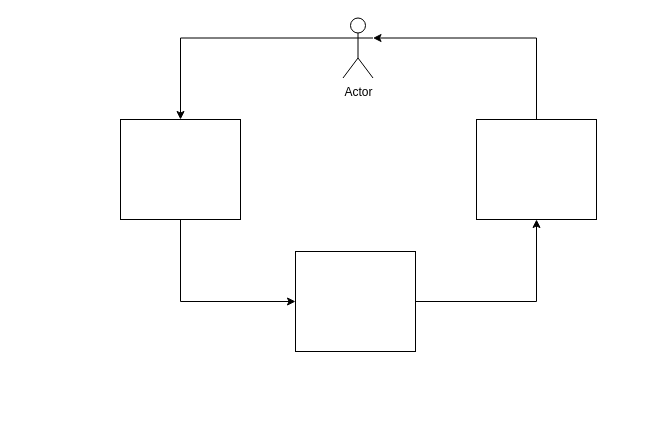
Before: Untitled Diagram.drawio in isobonja/CS-321-Project, a draw.io diagram. Source tidied: cells renumbered, new cells numbered last; positions are measured from the earlier drawing's top-left corner, leaving out a move shared by most shapes. Both pictures are drawn from the tidied source at 100%, with x=0, y=0 at pixel (120, 17).
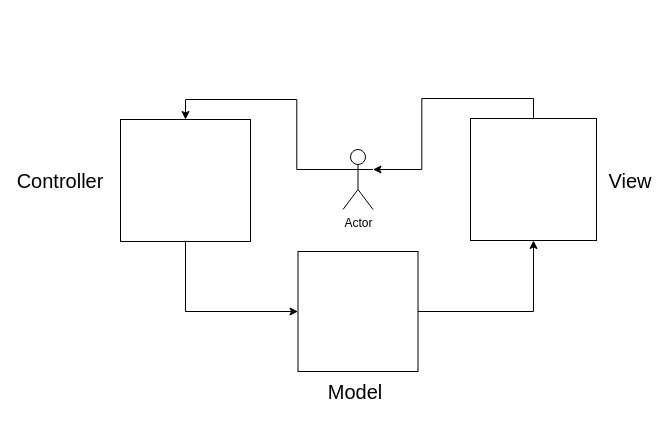
The same diagram, later.

The edit, as a diff of the source:
```diff
@@
 <mxGraphModel>
   <root>
     <mxCell id="0" />
     <mxCell id="1" parent="0" />
     <mxCell id="2" style="edgeStyle=orthogonalEdgeStyle;rounded=0;jettySize=auto;html=1;entryX=0.5;entryY=0;entryDx=0;entryDy=0;exitX=0;exitY=0.3333333333333333;exitDx=0;exitDy=0;exitPerimeter=0;" parent="1" edge="1" source="9" target="4">
       <mxGeometry relative="1" as="geometry" />
     </mxCell>
     <mxCell id="3" style="edgeStyle=orthogonalEdgeStyle;rounded=0;jettySize=auto;html=1;exitX=0.5;exitY=1;exitDx=0;exitDy=0;entryX=0;entryY=0.5;entryDx=0;entryDy=0;" parent="1" edge="1" source="4" target="8">
       <mxGeometry relative="1" as="geometry" />
     </mxCell>
     <mxCell id="4" style="rounded=0;whiteSpace=wrap;html=1;" parent="1" vertex="1">
-      <mxGeometry y="102" width="120" height="100" as="geometry" />
+      <mxGeometry y="102" width="130" height="122" as="geometry" />
     </mxCell>
     <mxCell id="5" style="edgeStyle=orthogonalEdgeStyle;rounded=0;jettySize=auto;html=1;exitX=0.5;exitY=0;exitDx=0;exitDy=0;entryX=1;entryY=0.3333333333333333;entryDx=0;entryDy=0;entryPerimeter=0;" parent="1" edge="1" source="6" target="9">
       <mxGeometry relative="1" as="geometry" />
     </mxCell>
     <mxCell id="6" style="rounded=0;whiteSpace=wrap;html=1;" parent="1" vertex="1">
-      <mxGeometry x="356" y="102" width="120" height="100" as="geometry" />
+      <mxGeometry x="350" y="101" width="126" height="122" as="geometry" />
     </mxCell>
     <mxCell id="7" style="edgeStyle=orthogonalEdgeStyle;rounded=0;jettySize=auto;html=1;exitX=1;exitY=0.5;exitDx=0;exitDy=0;entryX=0.5;entryY=1;entryDx=0;entryDy=0;" parent="1" edge="1" source="8" target="6">
       <mxGeometry relative="1" as="geometry" />
     </mxCell>
     <mxCell id="8" style="rounded=0;whiteSpace=wrap;html=1;" parent="1" vertex="1">
-      <mxGeometry x="175" y="234" width="120" height="100" as="geometry" />
+      <mxGeometry x="177.5" y="234" width="120" height="120" as="geometry" />
     </mxCell>
     <mxCell id="9" value="Actor" style="shape=umlActor;verticalLabelPosition=bottom;labelBackgroundColor=#ffffff;verticalAlign=top;html=1;outlineConnect=0;" parent="1" vertex="1">
-      <mxGeometry x="222.5" y="0.5" width="30" height="60" as="geometry" />
+      <mxGeometry x="222.5" y="132" width="30" height="60" as="geometry" />
     </mxCell>
+    <mxCell id="10" value="&lt;font style=&quot;font-size: 20px&quot;&gt;Controller&lt;/font&gt;" style="text;html=1;strokeColor=none;fillColor=none;align=center;verticalAlign=middle;whiteSpace=wrap;rounded=0;" parent="1" vertex="1">
+      <mxGeometry x="-80" y="153" width="40" height="20" as="geometry" />
+    </mxCell>
+    <mxCell id="11" value="&lt;font style=&quot;font-size: 20px&quot;&gt;Model&lt;/font&gt;" style="text;html=1;strokeColor=none;fillColor=none;align=center;verticalAlign=middle;whiteSpace=wrap;rounded=0;" parent="1" vertex="1">
+      <mxGeometry x="215" y="364" width="40" height="20" as="geometry" />
+    </mxCell>
+    <mxCell id="12" value="&lt;font style=&quot;font-size: 20px&quot;&gt;View&lt;/font&gt;" style="text;html=1;strokeColor=none;fillColor=none;align=center;verticalAlign=middle;whiteSpace=wrap;rounded=0;strokeWidth=3;" parent="1" vertex="1">
+      <mxGeometry x="490" y="153" width="40" height="20" as="geometry" />
+    </mxCell>
   </root>
 </mxGraphModel>
```
